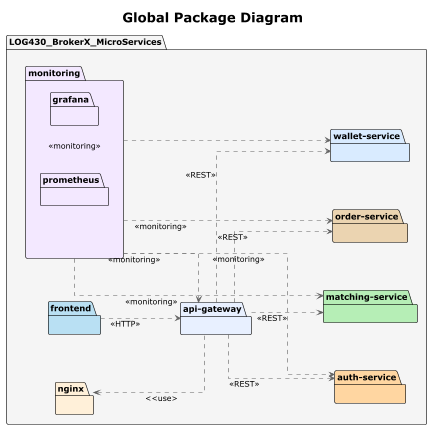
Earlier version of the PlantUML export docs/architecture/4+1/developmentView/packageDiagram_global.png (Hugo-12341234/BrokerX_MicroServices).
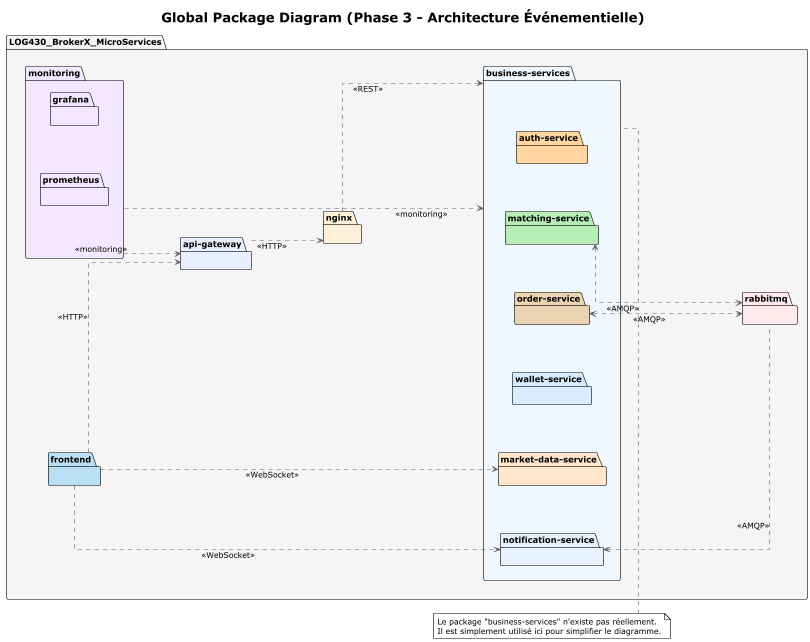
The same diagram one commit later.

The edit, as a diff of the source:
```diff
@@ -8,29 +8,53 @@
 left to right direction
 skinparam nodesep 80
 skinparam ranksep 120
-title "Global Package Diagram"
+
+title "Global Package Diagram (Phase 3 - Architecture Événementielle)"
+
 package "LOG430_BrokerX_MicroServices" as rootPkg #F5F5F5 {
   package "api-gateway" as apiPkg #E8F0FF {}
-  package "auth-service" as authPkg #FFD6A1 {}
-  package "matching-service" as matchPkg #B6EEB6 {}
-  package "order-service" as orderPkg #EBD4B1 {}
-  package "wallet-service" as walletPkg #D9EBFF {}
+
+  package "business-services" as businessPkg #F0F8FF {
+    package "auth-service" as authPkg #FFD6A1 {}
+    package "matching-service" as matchPkg #B6EEB6 {}
+    package "order-service" as orderPkg #EBD4B1 {}
+    package "wallet-service" as walletPkg #D9EBFF {}
+    package "market-data-service" as marketDataPkg #FFE6CC {}
+    package "notification-service" as notificationPkg #E6F3FF {}
+  }
+
+  package "rabbitmq" as rabbitmqPkg #FFEBEE {}
+
   package "frontend" as frontPkg #B9E0F3 {}
+
   package "monitoring" as monPkg #F3E8FF {
     package "grafana" as grafanaPkg #F3E8FF {}
     package "prometheus" as prometheusPkg #F3E8FF {}
   }
+
   package "nginx" as nginxPkg #FFF0D9 {}
+
 }
-apiPkg ..> authPkg : <<REST>>
-apiPkg ..> matchPkg : <<REST>>
-apiPkg ..> orderPkg : <<REST>>
-apiPkg ..> walletPkg : <<REST>>
+
+note top of businessPkg
+Le package "business-services" n'existe pas réellement.
+Il est simplement utilisé ici pour simplifier le diagramme.
+end note
+
 frontPkg ..> apiPkg : <<HTTP>>
+
+apiPkg ..> nginxPkg : <<HTTP>>
+
+nginxPkg ..> businessPkg : <<REST>>
+
+frontPkg ..> marketDataPkg : <<WebSocket>>
+frontPkg ..> notificationPkg : <<WebSocket>>
+
+orderPkg <..> rabbitmqPkg : <<AMQP>>
+matchPkg <..> rabbitmqPkg : <<AMQP>>
+notificationPkg <.. rabbitmqPkg : <<AMQP>>
+
 monPkg ..> apiPkg : <<monitoring>>
-monPkg ..> authPkg : <<monitoring>>
-monPkg ..> matchPkg : <<monitoring>>
-monPkg ..> orderPkg : <<monitoring>>
-monPkg ..> walletPkg : <<monitoring>>
-nginxPkg <.. apiPkg : <<use>
+monPkg ..> businessPkg : <<monitoring>>
+
 @enduml
```
